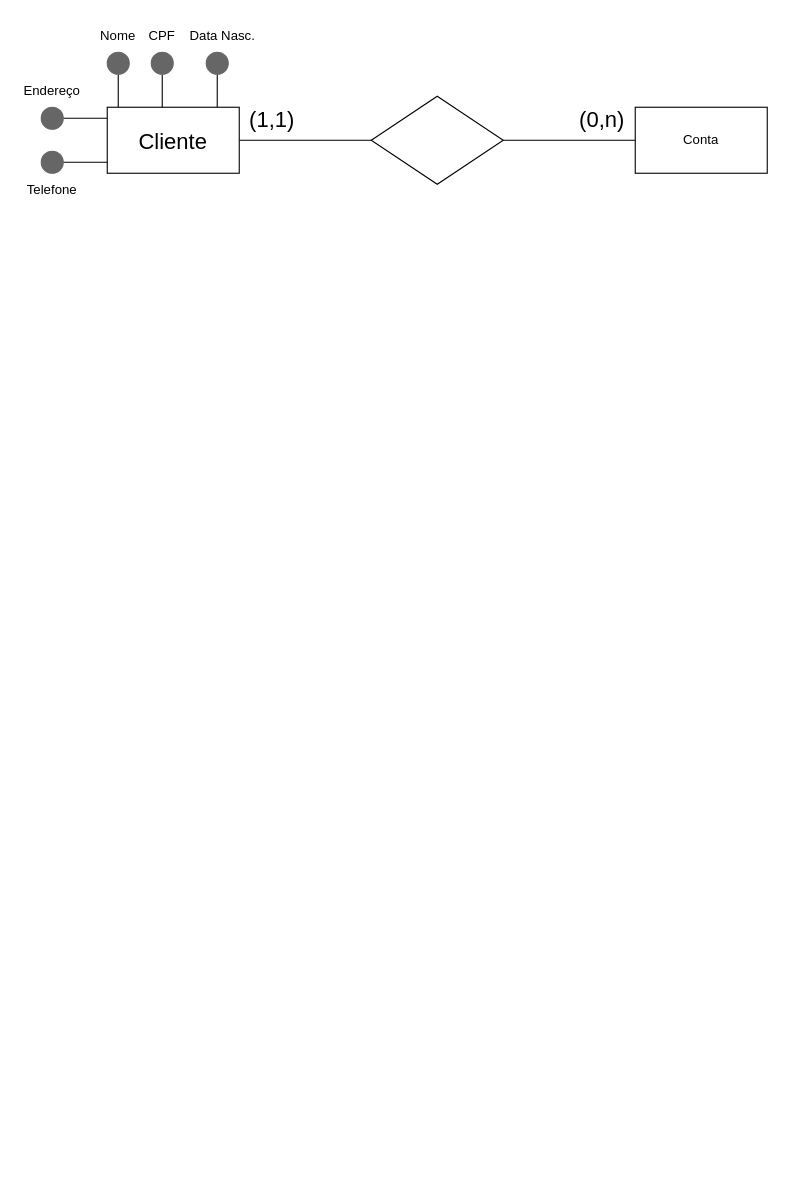
The draw.io diagram diagrama/Diagrama Sistema Bancario.drawio in Eric-Catarina/Sistema-Bancario, before the edit. Source tidied: cells renumbered, new cells numbered last; positions are measured from the earlier drawing's top-left corner, leaving out a move shared by most shapes. Both pictures are drawn from the tidied source at 110%, with x=0, y=0 at pixel (19, 19).
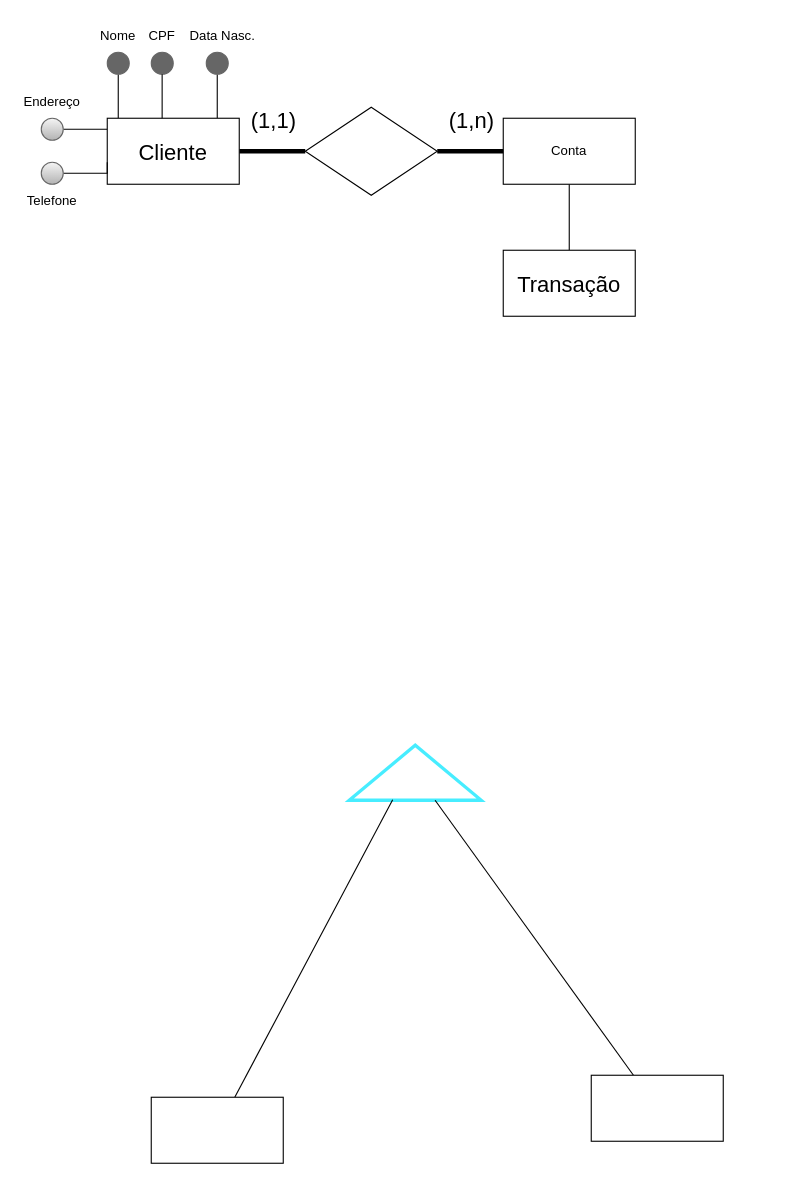
After the change.

Commit message:
Pre-Versão final

The change refers to these unchanged cells:
```xml
<mxCell id="11" style="ellipse;whiteSpace=wrap;html=1;fillColor=#666666;fontColor=#333333;strokeColor=#666666;" parent="1" vertex="1">
  <mxGeometry x="120" y="30" width="20" height="20" as="geometry" />
</mxCell>
```

What changed in the source:
```diff
@@
     <mxCell id="4" style="edgeStyle=orthogonalEdgeStyle;rounded=0;jettySize=auto;html=1;endArrow=none;endFill=0;" parent="1" edge="1" source="6" target="15">
       <mxGeometry relative="1" as="geometry">
         <Array as="points">
-          <mxPoint x="70" y="90" />
-          <mxPoint x="70" y="90" />
+          <mxPoint x="60" y="100" />
+          <mxPoint x="60" y="100" />
         </Array>
       </mxGeometry>
     </mxCell>
-    <mxCell id="5" style="edgeStyle=orthogonalEdgeStyle;rounded=0;jettySize=auto;html=1;fontSize=20;endArrow=none;endFill=0;" parent="1" edge="1" source="6" target="21">
-      <mxGeometry relative="1" as="geometry" />
+    <mxCell id="5" style="edgeStyle=orthogonalEdgeStyle;rounded=0;jettySize=auto;html=1;fontSize=20;endArrow=none;endFill=0;strokeWidth=4;" parent="1" edge="1" source="6" target="21">
+      <mxGeometry relative="1" as="geometry">
+        <Array as="points">
+          <mxPoint x="230" y="120" />
+          <mxPoint x="230" y="120" />
+        </Array>
+      </mxGeometry>
     </mxCell>
+    <mxCell id="22" value="(1,1)" style="edgeLabel;html=1;align=center;verticalAlign=middle;fontSize=20;" parent="5" vertex="1">
+      <mxGeometry x="-0.7" y="-1" relative="1" as="geometry">
+        <mxPoint x="21" y="-31" as="offset" />
+      </mxGeometry>
+    </mxCell>
     <mxCell id="6" value="&lt;font style=&quot;font-size: 20px;&quot;&gt;Cliente&lt;/font&gt;" style="rounded=0;whiteSpace=wrap;html=1;" parent="1" vertex="1">
-      <mxGeometry x="80" y="80" width="120" height="60" as="geometry" />
+      <mxGeometry x="80" y="90" width="120" height="60" as="geometry" />
     </mxCell>
+    <mxCell id="24" style="edgeStyle=none;rounded=0;jettySize=auto;html=1;entryX=0.5;entryY=0;entryDx=0;entryDy=0;strokeColor=#000000;strokeWidth=1;fontSize=20;endArrow=none;endFill=0;" parent="1" edge="1" source="7" target="32">
+      <mxGeometry relative="1" as="geometry" />
+    </mxCell>
     <mxCell id="7" value="Conta" style="rounded=0;whiteSpace=wrap;html=1;" parent="1" vertex="1">
-      <mxGeometry x="560" y="80" width="120" height="60" as="geometry" />
+      <mxGeometry x="440" y="90" width="120" height="60" as="geometry" />
     </mxCell>
@@
-    <mxCell id="10" style="edgeStyle=orthogonalEdgeStyle;rounded=0;jettySize=auto;html=1;entryX=0.5;entryY=1;entryDx=0;entryDy=0;endArrow=none;endFill=0;" parent="1" edge="1" target="11">
-      <mxGeometry relative="1" as="geometry">
-        <mxPoint x="130" y="80" as="sourcePoint" />
-        <Array as="points">
-          <mxPoint x="130" y="70" />
-          <mxPoint x="130" y="70" />
-        </Array>
-      </mxGeometry>
-    </mxCell>
@@
-    <mxCell id="15" style="ellipse;whiteSpace=wrap;html=1;fillColor=#666666;fontColor=#333333;strokeColor=#666666;" parent="1" vertex="1">
-      <mxGeometry x="20" y="80" width="20" height="20" as="geometry" />
+    <mxCell id="15" style="ellipse;whiteSpace=wrap;html=1;fillColor=#f5f5f5;strokeColor=#666666;gradientColor=#b3b3b3;" parent="1" vertex="1">
+      <mxGeometry x="20" y="90" width="20" height="20" as="geometry" />
     </mxCell>
     <mxCell id="16" style="edgeStyle=orthogonalEdgeStyle;rounded=0;jettySize=auto;html=1;endArrow=none;endFill=0;" parent="1" edge="1" target="17">
       <mxGeometry relative="1" as="geometry">
         <mxPoint x="80" y="130" as="sourcePoint" />
         <Array as="points">
-          <mxPoint x="70" y="130" />
-          <mxPoint x="70" y="130" />
+          <mxPoint x="80" y="140" />
         </Array>
       </mxGeometry>
     </mxCell>
-    <mxCell id="17" style="ellipse;whiteSpace=wrap;html=1;fillColor=#666666;fontColor=#333333;strokeColor=#666666;" parent="1" vertex="1">
-      <mxGeometry x="20" y="120" width="20" height="20" as="geometry" />
+    <mxCell id="17" style="ellipse;whiteSpace=wrap;html=1;fillColor=#f5f5f5;strokeColor=#666666;gradientColor=#b3b3b3;" parent="1" vertex="1">
+      <mxGeometry x="20" y="130" width="20" height="20" as="geometry" />
     </mxCell>
     <mxCell id="18" value="Telefone" style="text;html=1;strokeColor=none;fillColor=none;align=center;verticalAlign=middle;whiteSpace=wrap;rounded=0;" parent="1" vertex="1">
-      <mxGeometry y="140" width="60" height="30" as="geometry" />
+      <mxGeometry y="150" width="60" height="30" as="geometry" />
     </mxCell>
     <mxCell id="19" value="Endereço" style="text;html=1;strokeColor=none;fillColor=none;align=center;verticalAlign=middle;whiteSpace=wrap;rounded=0;" parent="1" vertex="1">
-      <mxGeometry y="50" width="60" height="30" as="geometry" />
+      <mxGeometry y="60" width="60" height="30" as="geometry" />
     </mxCell>
-    <mxCell id="20" style="edgeStyle=orthogonalEdgeStyle;rounded=0;jettySize=auto;html=1;entryX=0;entryY=0.5;entryDx=0;entryDy=0;fontSize=20;endArrow=none;endFill=0;" parent="1" edge="1" source="21" target="7">
+    <mxCell id="20" style="edgeStyle=orthogonalEdgeStyle;rounded=0;jettySize=auto;html=1;entryX=0;entryY=0.5;entryDx=0;entryDy=0;strokeWidth=4;fontSize=20;endArrow=none;endFill=0;" parent="1" edge="1" source="21" target="7">
       <mxGeometry relative="1" as="geometry" />
     </mxCell>
+    <mxCell id="25" value="(1,n)" style="edgeLabel;html=1;align=center;verticalAlign=middle;fontSize=20;" parent="20" vertex="1">
+      <mxGeometry x="0.74" y="-1" relative="1" as="geometry">
+        <mxPoint x="-22" y="-31" as="offset" />
+      </mxGeometry>
+    </mxCell>
     <mxCell id="21" style="rhombus;whiteSpace=wrap;html=1;fontSize=20;" parent="1" vertex="1">
-      <mxGeometry x="320" y="70" width="120" height="80" as="geometry" />
+      <mxGeometry x="260" y="80" width="120" height="80" as="geometry" />
     </mxCell>
-    <mxCell id="22" value="(1,1)" style="text;html=1;strokeColor=none;fillColor=none;align=center;verticalAlign=middle;whiteSpace=wrap;rounded=0;fontSize=20;" parent="1" vertex="1">
-      <mxGeometry x="200" y="75" width="60" height="30" as="geometry" />
-    </mxCell>
-    <mxCell id="23" value="(0,n)" style="text;html=1;strokeColor=none;fillColor=none;align=center;verticalAlign=middle;whiteSpace=wrap;rounded=0;fontSize=20;" parent="1" vertex="1">
-      <mxGeometry x="500" y="75" width="60" height="30" as="geometry" />
-    </mxCell>
+    <mxCell id="26" style="edgeStyle=orthogonalEdgeStyle;rounded=0;orthogonalLoop=1;jettySize=auto;html=1;entryX=0.5;entryY=1;entryDx=0;entryDy=0;endArrow=none;endFill=0;" parent="1" edge="1">
+      <mxGeometry relative="1" as="geometry">
+        <mxPoint x="129.9" y="90" as="sourcePoint" />
+        <mxPoint x="129.9" y="50" as="targetPoint" />
+        <Array as="points">
+          <mxPoint x="129.9" y="70" />
+          <mxPoint x="129.9" y="70" />
+        </Array>
+      </mxGeometry>
+    </mxCell>
+    <mxCell id="27" style="triangle;whiteSpace=wrap;html=1;fontSize=20;direction=north;strokeColor=#47EDFF;strokeWidth=3;" parent="1" vertex="1">
+      <mxGeometry x="300" y="660" width="120" height="50" as="geometry" />
+    </mxCell>
+    <mxCell id="28" style="jettySize=auto;html=1;entryX=0.007;entryY=0.329;entryDx=0;entryDy=0;entryPerimeter=0;strokeColor=#000000;strokeWidth=1;fontSize=20;endArrow=none;endFill=0;rounded=0;" parent="1" edge="1" source="29" target="27">
+      <mxGeometry relative="1" as="geometry" />
+    </mxCell>
+    <mxCell id="29" style="rounded=0;whiteSpace=wrap;html=1;strokeColor=#000000;strokeWidth=1;fontSize=20;" parent="1" vertex="1">
+      <mxGeometry x="120" y="980" width="120" height="60" as="geometry" />
+    </mxCell>
+    <mxCell id="30" style="edgeStyle=none;rounded=0;jettySize=auto;html=1;strokeColor=#000000;strokeWidth=1;fontSize=20;endArrow=none;endFill=0;" parent="1" edge="1" source="31" target="27">
+      <mxGeometry relative="1" as="geometry" />
+    </mxCell>
+    <mxCell id="31" style="rounded=0;whiteSpace=wrap;html=1;strokeColor=#000000;strokeWidth=1;fontSize=20;" parent="1" vertex="1">
+      <mxGeometry x="520" y="960" width="120" height="60" as="geometry" />
+    </mxCell>
+    <mxCell id="32" value="Transação" style="rounded=0;whiteSpace=wrap;html=1;strokeColor=#000000;strokeWidth=1;fontSize=20;" parent="1" vertex="1">
+      <mxGeometry x="440" y="210" width="120" height="60" as="geometry" />
+    </mxCell>
```
